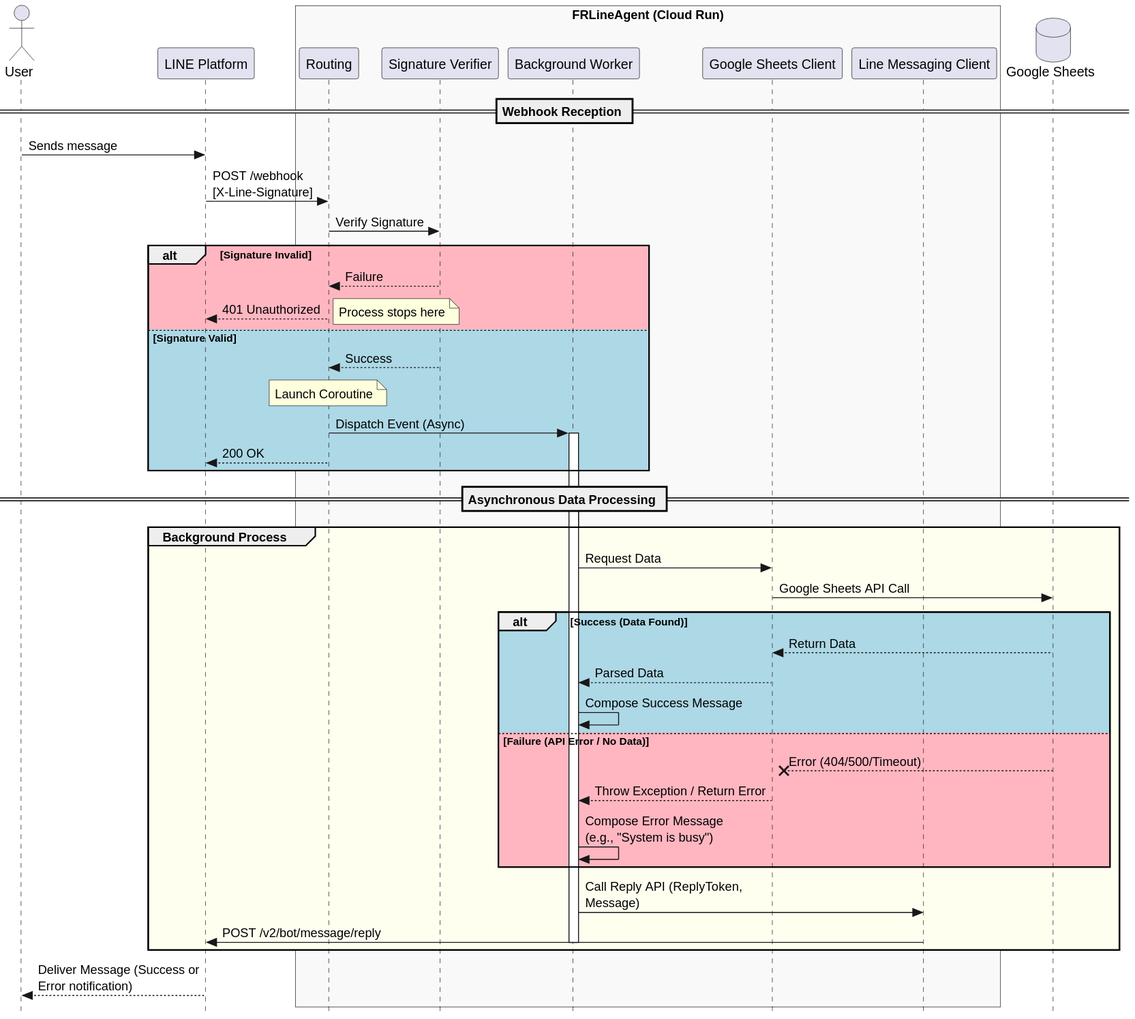
The PlantUML diagram docs/designs/images/sequence_webhook.svg in sallyluenoa/FRLineAgent, before a commit. The source it was exported from:
```plantuml
@startuml
skinparam style strictuml
skinparam MaxMessageSize 200

actor User
participant "LINE Platform" as LINE
box "FRLineAgent (Cloud Run)" #f9f9f9
    participant Routing
    participant "Signature Verifier" as Verifier
    participant "Background Worker" as Worker
    participant "Google Sheets Client" as Sheets
    participant "Line Messaging Client" as Client
end box
database "Google Sheets" as GSheets

== Webhook Reception ==
User -> LINE: Sends message
LINE -> Routing: POST /webhook\n[X-Line-Signature]

Routing -> Verifier: Verify Signature
alt #LightPink Signature Invalid
    Verifier --> Routing: Failure
    Routing --> LINE: 401 Unauthorized
    note right: Process stops here
else #LightBlue Signature Valid
    Verifier --> Routing: Success

    note over Routing: Launch Coroutine
    Routing -> Worker: Dispatch Event (Async)
    activate Worker

    Routing --> LINE: 200 OK
    deactivate Routing
end

== Asynchronous Data Processing ==
group #Ivory Background Process
    Worker -> Sheets: Request Data
    Sheets -> GSheets: Google Sheets API Call

    alt #LightBlue Success (Data Found)
        GSheets --> Sheets: Return Data
        Sheets --> Worker: Parsed Data
        Worker -> Worker: Compose Success Message
    else #LightPink Failure (API Error / No Data)
        GSheets --X Sheets: Error (404/500/Timeout)
        Sheets --> Worker: Throw Exception / Return Error
        Worker -> Worker: Compose Error Message\n(e.g., "System is busy")
    end

    Worker -> Client: Call Reply API (ReplyToken, Message)
    Client -> LINE: POST /v2/bot/message/reply
    deactivate Worker
end

LINE --> User: Deliver Message (Success or Error notification)
@enduml
```
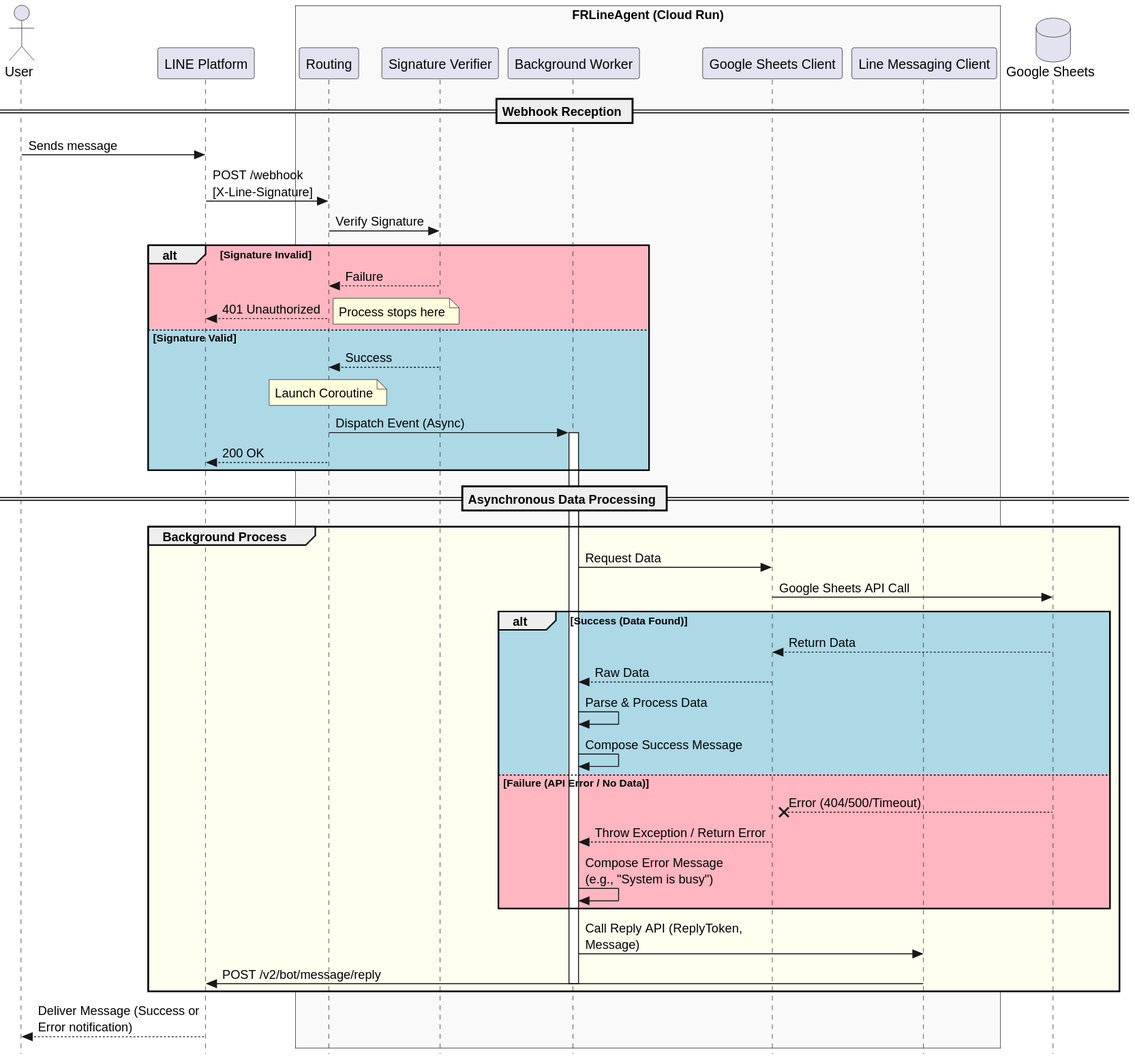
Above is the later version.

Diff of the diagram source:
```diff
@@ -40,7 +40,8 @@
 
     alt #LightBlue Success (Data Found)
         GSheets --> Sheets: Return Data
-        Sheets --> Worker: Parsed Data
+        Sheets --> Worker: Raw Data
+        Worker -> Worker: Parse & Process Data
         Worker -> Worker: Compose Success Message
     else #LightPink Failure (API Error / No Data)
         GSheets --X Sheets: Error (404/500/Timeout)
```
